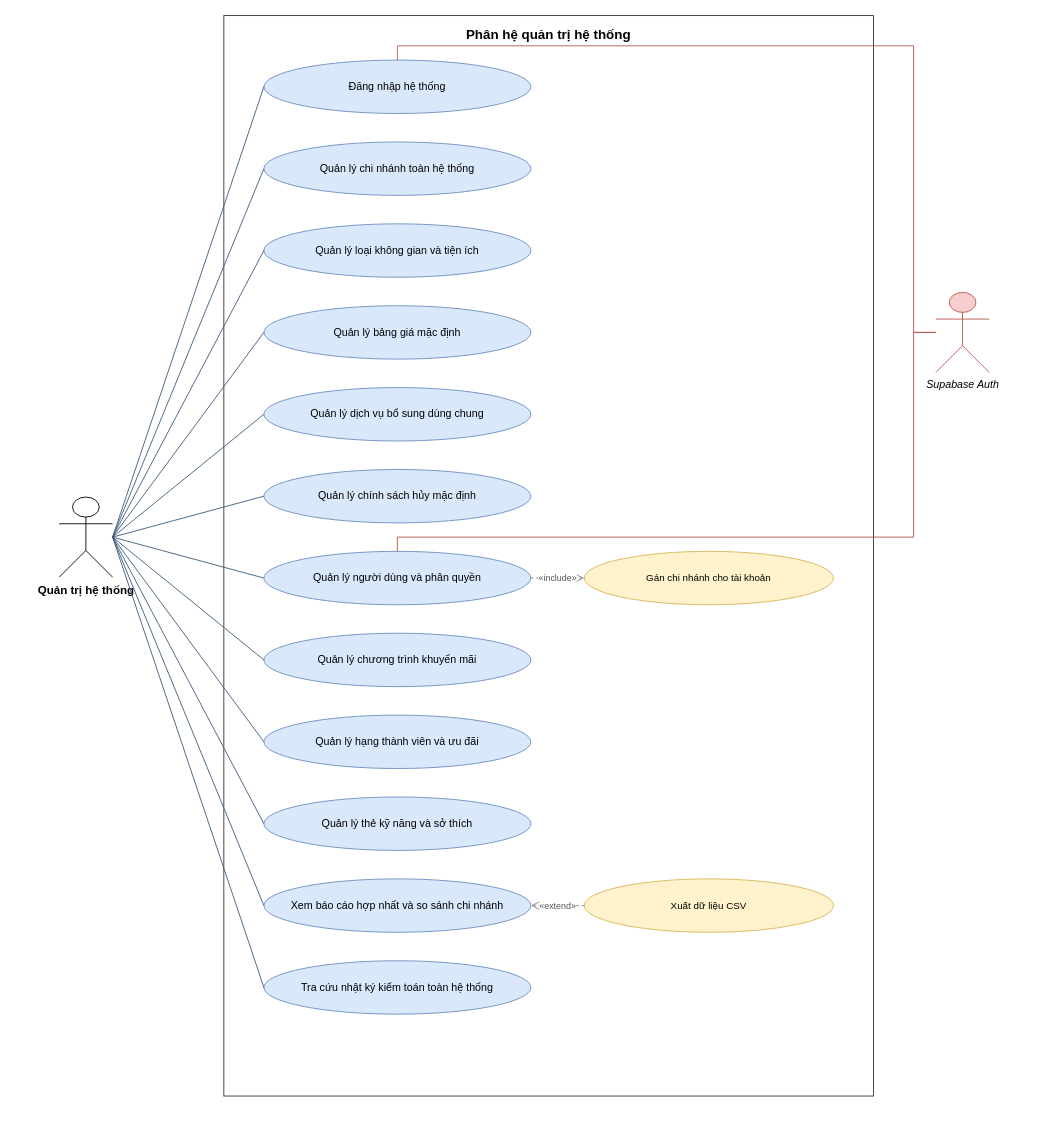
cospace-team/DATN_CoSpace keeps this draw.io diagram as page "Phân hệ quản trị hệ thống" (5 of 5) of report/Images/Chuong5/cospace-usecase.drawio. Above is the earlier version. Source tidied: cells renumbered, new cells numbered last; positions are measured from the earlier drawing's top-left corner, leaving out a move shared by most shapes. Both pictures are drawn from the tidied source at 89%, with x=0, y=0 at pixel (59, 15).
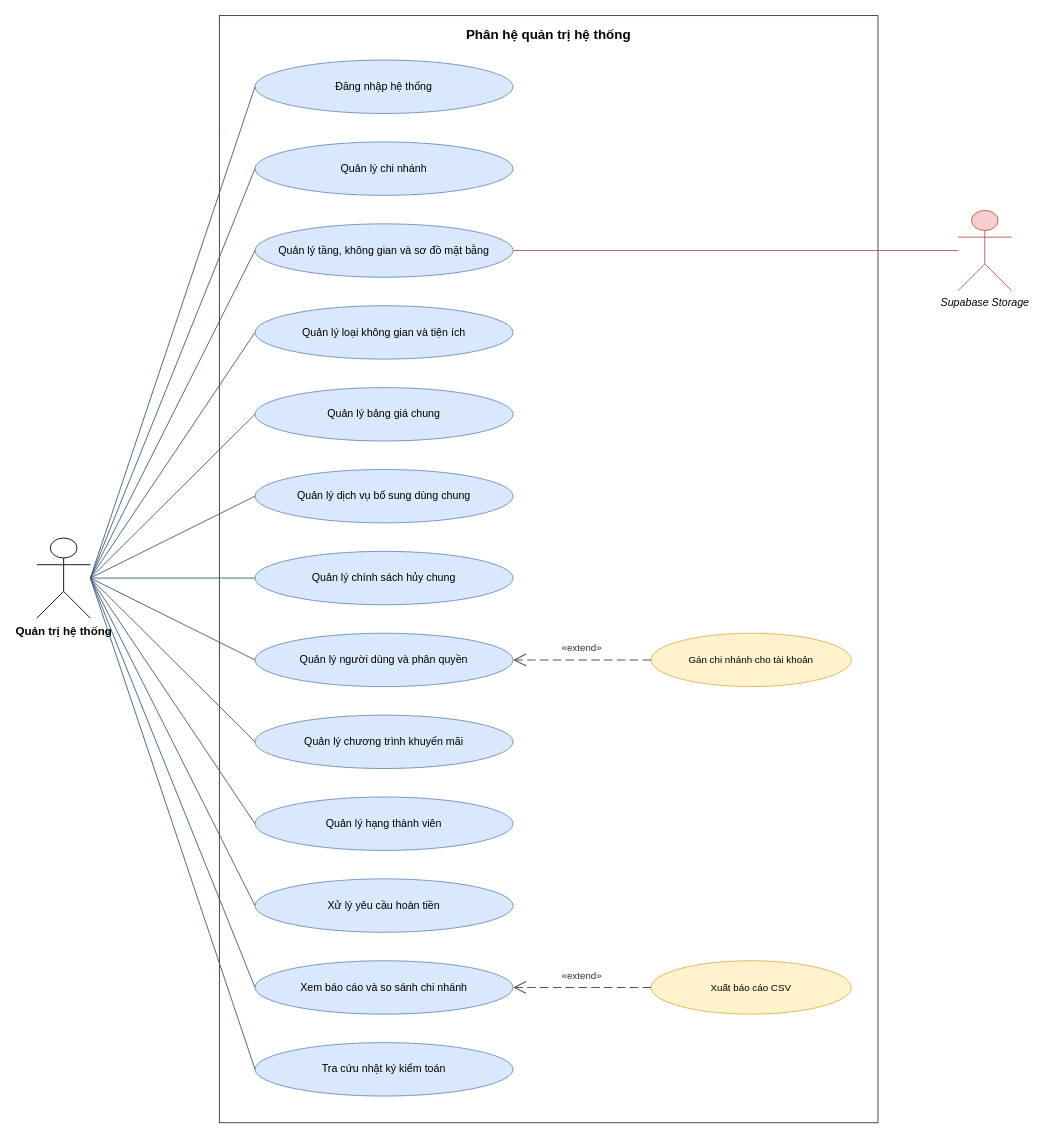
Above is the later version.

Change to the diagram source:
```diff
@@
-    <mxCell id="0" />
+    <mxCell id="35" />
-    <mxCell id="1" parent="0" />
+    <mxCell id="1" parent="35" />
     <mxCell id="2" value="Phân hệ quản trị hệ thống" style="rounded=0;whiteSpace=wrap;html=1;verticalAlign=top;fillColor=none;strokeColor=#333333;fontSize=15;fontStyle=1;spacingTop=6;" parent="1" vertex="1">
-      <mxGeometry x="185" width="730" height="1214" as="geometry" />
+      <mxGeometry x="180" width="740" height="1244" as="geometry" />
     </mxCell>
     <mxCell id="3" value="Đăng nhập hệ thống" style="ellipse;whiteSpace=wrap;html=1;fontSize=12;fillColor=#dae8fc;strokeColor=#6c8ebf;" parent="1" vertex="1">
-      <mxGeometry x="230" y="50" width="300" height="60" as="geometry" />
+      <mxGeometry x="220" y="50" width="290" height="60" as="geometry" />
     </mxCell>
-    <mxCell id="4" value="Quản lý chi nhánh toàn hệ thống" style="ellipse;whiteSpace=wrap;html=1;fontSize=12;fillColor=#dae8fc;strokeColor=#6c8ebf;" parent="1" vertex="1">
-      <mxGeometry x="230" y="142" width="300" height="60" as="geometry" />
-    </mxCell>
+    <mxCell id="36" value="Quản lý chi nhánh" style="ellipse;whiteSpace=wrap;html=1;fontSize=12;fillColor=#dae8fc;strokeColor=#6c8ebf;" parent="1" vertex="1">
+      <mxGeometry x="220" y="142" width="290" height="60" as="geometry" />
+    </mxCell>
+    <mxCell id="37" value="Quản lý tầng, không gian và sơ đồ mặt bằng" style="ellipse;whiteSpace=wrap;html=1;fontSize=12;fillColor=#dae8fc;strokeColor=#6c8ebf;" parent="1" vertex="1">
+      <mxGeometry x="220" y="234" width="290" height="60" as="geometry" />
+    </mxCell>
     <mxCell id="5" value="Quản lý loại không gian và tiện ích" style="ellipse;whiteSpace=wrap;html=1;fontSize=12;fillColor=#dae8fc;strokeColor=#6c8ebf;" parent="1" vertex="1">
-      <mxGeometry x="230" y="234" width="300" height="60" as="geometry" />
+      <mxGeometry x="220" y="326" width="290" height="60" as="geometry" />
     </mxCell>
-    <mxCell id="6" value="Quản lý bảng giá mặc định" style="ellipse;whiteSpace=wrap;html=1;fontSize=12;fillColor=#dae8fc;strokeColor=#6c8ebf;" parent="1" vertex="1">
-      <mxGeometry x="230" y="326" width="300" height="60" as="geometry" />
-    </mxCell>
+    <mxCell id="38" value="Quản lý bảng giá chung" style="ellipse;whiteSpace=wrap;html=1;fontSize=12;fillColor=#dae8fc;strokeColor=#6c8ebf;" parent="1" vertex="1">
+      <mxGeometry x="220" y="418" width="290" height="60" as="geometry" />
+    </mxCell>
     <mxCell id="7" value="Quản lý dịch vụ bổ sung dùng chung" style="ellipse;whiteSpace=wrap;html=1;fontSize=12;fillColor=#dae8fc;strokeColor=#6c8ebf;" parent="1" vertex="1">
-      <mxGeometry x="230" y="418" width="300" height="60" as="geometry" />
+      <mxGeometry x="220" y="510" width="290" height="60" as="geometry" />
     </mxCell>
-    <mxCell id="8" value="Quản lý chính sách hủy mặc định" style="ellipse;whiteSpace=wrap;html=1;fontSize=12;fillColor=#dae8fc;strokeColor=#6c8ebf;" parent="1" vertex="1">
-      <mxGeometry x="230" y="510" width="300" height="60" as="geometry" />
-    </mxCell>
+    <mxCell id="39" value="Quản lý chính sách hủy chung" style="ellipse;whiteSpace=wrap;html=1;fontSize=12;fillColor=#dae8fc;strokeColor=#6c8ebf;" parent="1" vertex="1">
+      <mxGeometry x="220" y="602" width="290" height="60" as="geometry" />
+    </mxCell>
     <mxCell id="9" value="Quản lý người dùng và phân quyền" style="ellipse;whiteSpace=wrap;html=1;fontSize=12;fillColor=#dae8fc;strokeColor=#6c8ebf;" parent="1" vertex="1">
-      <mxGeometry x="230" y="602" width="300" height="60" as="geometry" />
+      <mxGeometry x="220" y="694" width="290" height="60" as="geometry" />
     </mxCell>
-    <mxCell id="10" value="Gán chi nhánh cho tài khoản" style="ellipse;whiteSpace=wrap;html=1;fontSize=11;fillColor=#fff2cc;strokeColor=#d6b656;dashed=0;" parent="1" vertex="1">
-      <mxGeometry x="590" y="602" width="280" height="60" as="geometry" />
+    <mxCell id="10" value="Gán chi nhánh cho tài khoản" style="ellipse;whiteSpace=wrap;html=1;fontSize=11;fillColor=#fff2cc;strokeColor=#d6b656;" parent="1" vertex="1">
+      <mxGeometry x="665" y="694" width="225" height="60" as="geometry" />
     </mxCell>
-    <mxCell id="11" value="«include»" style="endArrow=open;endFill=0;endSize=8;dashed=1;html=1;rounded=0;strokeColor=#7f7f7f;fontSize=10;fontColor=#555555;exitX=1;exitY=0.5;exitDx=0;exitDy=0;entryX=0;entryY=0.5;entryDx=0;entryDy=0;" parent="1" edge="1" source="9" target="10">
-      <mxGeometry relative="1" as="geometry" />
-    </mxCell>
     <mxCell id="12" value="Quản lý chương trình khuyến mãi" style="ellipse;whiteSpace=wrap;html=1;fontSize=12;fillColor=#dae8fc;strokeColor=#6c8ebf;" parent="1" vertex="1">
-      <mxGeometry x="230" y="694" width="300" height="60" as="geometry" />
+      <mxGeometry x="220" y="786" width="290" height="60" as="geometry" />
     </mxCell>
-    <mxCell id="13" value="Quản lý hạng thành viên và ưu đãi" style="ellipse;whiteSpace=wrap;html=1;fontSize=12;fillColor=#dae8fc;strokeColor=#6c8ebf;" parent="1" vertex="1">
-      <mxGeometry x="230" y="786" width="300" height="60" as="geometry" />
-    </mxCell>
-    <mxCell id="14" value="Quản lý thẻ kỹ năng và sở thích" style="ellipse;whiteSpace=wrap;html=1;fontSize=12;fillColor=#dae8fc;strokeColor=#6c8ebf;" parent="1" vertex="1">
-      <mxGeometry x="230" y="878" width="300" height="60" as="geometry" />
-    </mxCell>
-    <mxCell id="15" value="Xem báo cáo hợp nhất và so sánh chi nhánh" style="ellipse;whiteSpace=wrap;html=1;fontSize=12;fillColor=#dae8fc;strokeColor=#6c8ebf;" parent="1" vertex="1">
-      <mxGeometry x="230" y="970" width="300" height="60" as="geometry" />
-    </mxCell>
-    <mxCell id="16" value="Xuất dữ liệu CSV" style="ellipse;whiteSpace=wrap;html=1;fontSize=11;fillColor=#fff2cc;strokeColor=#d6b656;dashed=0;" parent="1" vertex="1">
-      <mxGeometry x="590" y="970" width="280" height="60" as="geometry" />
-    </mxCell>
-    <mxCell id="17" value="«extend»" style="endArrow=open;endFill=0;endSize=8;dashed=1;html=1;rounded=0;strokeColor=#7f7f7f;fontSize=10;fontColor=#555555;exitX=0;exitY=0.5;exitDx=0;exitDy=0;entryX=1;entryY=0.5;entryDx=0;entryDy=0;" parent="1" edge="1" source="16" target="15">
-      <mxGeometry relative="1" as="geometry" />
-    </mxCell>
-    <mxCell id="18" value="Tra cứu nhật ký kiểm toán toàn hệ thống" style="ellipse;whiteSpace=wrap;html=1;fontSize=12;fillColor=#dae8fc;strokeColor=#6c8ebf;" parent="1" vertex="1">
-      <mxGeometry x="230" y="1062" width="300" height="60" as="geometry" />
-    </mxCell>
+    <mxCell id="40" value="Quản lý hạng thành viên" style="ellipse;whiteSpace=wrap;html=1;fontSize=12;fillColor=#dae8fc;strokeColor=#6c8ebf;" parent="1" vertex="1">
+      <mxGeometry x="220" y="878" width="290" height="60" as="geometry" />
+    </mxCell>
+    <mxCell id="41" value="Xử lý yêu cầu hoàn tiền" style="ellipse;whiteSpace=wrap;html=1;fontSize=12;fillColor=#dae8fc;strokeColor=#6c8ebf;" parent="1" vertex="1">
+      <mxGeometry x="220" y="970" width="290" height="60" as="geometry" />
+    </mxCell>
+    <mxCell id="42" value="Xem báo cáo và so sánh chi nhánh" style="ellipse;whiteSpace=wrap;html=1;fontSize=12;fillColor=#dae8fc;strokeColor=#6c8ebf;" parent="1" vertex="1">
+      <mxGeometry x="220" y="1062" width="290" height="60" as="geometry" />
+    </mxCell>
+    <mxCell id="43" value="Xuất báo cáo CSV" style="ellipse;whiteSpace=wrap;html=1;fontSize=11;fillColor=#fff2cc;strokeColor=#d6b656;" parent="1" vertex="1">
+      <mxGeometry x="665" y="1062" width="225" height="60" as="geometry" />
+    </mxCell>
+    <mxCell id="44" value="Tra cứu nhật ký kiểm toán" style="ellipse;whiteSpace=wrap;html=1;fontSize=12;fillColor=#dae8fc;strokeColor=#6c8ebf;" parent="1" vertex="1">
+      <mxGeometry x="220" y="1154" width="290" height="60" as="geometry" />
+    </mxCell>
     <mxCell id="19" value="Quản trị hệ thống" style="shape=umlActor;verticalLabelPosition=bottom;verticalAlign=top;html=1;outlineConnect=0;fontSize=13;fontStyle=1;" parent="1" vertex="1">
-      <mxGeometry y="541" width="60" height="90" as="geometry" />
+      <mxGeometry x="-25" y="587" width="60" height="90" as="geometry" />
     </mxCell>
-    <mxCell id="20" style="endArrow=none;html=1;rounded=0;strokeColor=#3b5b7a;exitX=1;exitY=0.5;exitDx=0;exitDy=0;entryX=0;entryY=0.5;entryDx=0;entryDy=0;" parent="1" edge="1" source="19" target="3">
+    <mxCell id="20" style="endArrow=none;html=1;rounded=0;strokeColor=#3b5b7a;exitX=1;exitY=0.5;exitDx=0;exitDy=0;exitPerimeter=0;entryX=0;entryY=0.5;entryDx=0;entryDy=0;" parent="1" edge="1" source="19" target="3">
       <mxGeometry relative="1" as="geometry" />
     </mxCell>
-    <mxCell id="21" style="endArrow=none;html=1;rounded=0;strokeColor=#3b5b7a;exitX=1;exitY=0.5;exitDx=0;exitDy=0;entryX=0;entryY=0.5;entryDx=0;entryDy=0;" parent="1" edge="1" source="19" target="4">
-      <mxGeometry relative="1" as="geometry" />
-    </mxCell>
+    <mxCell id="45" style="endArrow=none;html=1;rounded=0;strokeColor=#3b5b7a;exitX=1;exitY=0.5;exitDx=0;exitDy=0;exitPerimeter=0;entryX=0;entryY=0.5;entryDx=0;entryDy=0;" parent="1" edge="1" source="19" target="36">
+      <mxGeometry relative="1" as="geometry" />
+    </mxCell>
+    <mxCell id="46" style="endArrow=none;html=1;rounded=0;strokeColor=#3b5b7a;exitX=1;exitY=0.5;exitDx=0;exitDy=0;exitPerimeter=0;entryX=0;entryY=0.5;entryDx=0;entryDy=0;" parent="1" edge="1" source="19" target="37">
+      <mxGeometry relative="1" as="geometry" />
+    </mxCell>
-    <mxCell id="22" style="endArrow=none;html=1;rounded=0;strokeColor=#3b5b7a;exitX=1;exitY=0.5;exitDx=0;exitDy=0;entryX=0;entryY=0.5;entryDx=0;entryDy=0;" parent="1" edge="1" source="19" target="5">
+    <mxCell id="22" style="endArrow=none;html=1;rounded=0;strokeColor=#3b5b7a;exitX=1;exitY=0.5;exitDx=0;exitDy=0;exitPerimeter=0;entryX=0;entryY=0.5;entryDx=0;entryDy=0;" parent="1" edge="1" source="19" target="5">
       <mxGeometry relative="1" as="geometry" />
     </mxCell>
-    <mxCell id="23" style="endArrow=none;html=1;rounded=0;strokeColor=#3b5b7a;exitX=1;exitY=0.5;exitDx=0;exitDy=0;entryX=0;entryY=0.5;entryDx=0;entryDy=0;" parent="1" edge="1" source="19" target="6">
-      <mxGeometry relative="1" as="geometry" />
-    </mxCell>
+    <mxCell id="47" style="endArrow=none;html=1;rounded=0;strokeColor=#3b5b7a;exitX=1;exitY=0.5;exitDx=0;exitDy=0;exitPerimeter=0;entryX=0;entryY=0.5;entryDx=0;entryDy=0;" parent="1" edge="1" source="19" target="38">
+      <mxGeometry relative="1" as="geometry" />
+    </mxCell>
-    <mxCell id="24" style="endArrow=none;html=1;rounded=0;strokeColor=#3b5b7a;exitX=1;exitY=0.5;exitDx=0;exitDy=0;entryX=0;entryY=0.5;entryDx=0;entryDy=0;" parent="1" edge="1" source="19" target="7">
+    <mxCell id="24" style="endArrow=none;html=1;rounded=0;strokeColor=#3b5b7a;exitX=1;exitY=0.5;exitDx=0;exitDy=0;exitPerimeter=0;entryX=0;entryY=0.5;entryDx=0;entryDy=0;" parent="1" edge="1" source="19" target="7">
       <mxGeometry relative="1" as="geometry" />
     </mxCell>
-    <mxCell id="25" style="endArrow=none;html=1;rounded=0;strokeColor=#3b5b7a;exitX=1;exitY=0.5;exitDx=0;exitDy=0;entryX=0;entryY=0.5;entryDx=0;entryDy=0;" parent="1" edge="1" source="19" target="8">
-      <mxGeometry relative="1" as="geometry" />
-    </mxCell>
+    <mxCell id="48" style="endArrow=none;html=1;rounded=0;strokeColor=#3b5b7a;exitX=1;exitY=0.5;exitDx=0;exitDy=0;exitPerimeter=0;entryX=0;entryY=0.5;entryDx=0;entryDy=0;" parent="1" edge="1" source="19" target="39">
+      <mxGeometry relative="1" as="geometry" />
+    </mxCell>
-    <mxCell id="26" style="endArrow=none;html=1;rounded=0;strokeColor=#3b5b7a;exitX=1;exitY=0.5;exitDx=0;exitDy=0;entryX=0;entryY=0.5;entryDx=0;entryDy=0;" parent="1" edge="1" source="19" target="9">
+    <mxCell id="26" style="endArrow=none;html=1;rounded=0;strokeColor=#3b5b7a;exitX=1;exitY=0.5;exitDx=0;exitDy=0;exitPerimeter=0;entryX=0;entryY=0.5;entryDx=0;entryDy=0;" parent="1" edge="1" source="19" target="9">
       <mxGeometry relative="1" as="geometry" />
     </mxCell>
-    <mxCell id="27" style="endArrow=none;html=1;rounded=0;strokeColor=#3b5b7a;exitX=1;exitY=0.5;exitDx=0;exitDy=0;entryX=0;entryY=0.5;entryDx=0;entryDy=0;" parent="1" edge="1" source="19" target="12">
+    <mxCell id="27" style="endArrow=none;html=1;rounded=0;strokeColor=#3b5b7a;exitX=1;exitY=0.5;exitDx=0;exitDy=0;exitPerimeter=0;entryX=0;entryY=0.5;entryDx=0;entryDy=0;" parent="1" edge="1" source="19" target="12">
       <mxGeometry relative="1" as="geometry" />
     </mxCell>
-    <mxCell id="28" style="endArrow=none;html=1;rounded=0;strokeColor=#3b5b7a;exitX=1;exitY=0.5;exitDx=0;exitDy=0;entryX=0;entryY=0.5;entryDx=0;entryDy=0;" parent="1" edge="1" source="19" target="13">
-      <mxGeometry relative="1" as="geometry" />
-    </mxCell>
-    <mxCell id="29" style="endArrow=none;html=1;rounded=0;strokeColor=#3b5b7a;exitX=1;exitY=0.5;exitDx=0;exitDy=0;entryX=0;entryY=0.5;entryDx=0;entryDy=0;" parent="1" edge="1" source="19" target="14">
-      <mxGeometry relative="1" as="geometry" />
-    </mxCell>
-    <mxCell id="30" style="endArrow=none;html=1;rounded=0;strokeColor=#3b5b7a;exitX=1;exitY=0.5;exitDx=0;exitDy=0;entryX=0;entryY=0.5;entryDx=0;entryDy=0;" parent="1" edge="1" source="19" target="15">
-      <mxGeometry relative="1" as="geometry" />
-    </mxCell>
-    <mxCell id="31" style="endArrow=none;html=1;rounded=0;strokeColor=#3b5b7a;exitX=1;exitY=0.5;exitDx=0;exitDy=0;entryX=0;entryY=0.5;entryDx=0;entryDy=0;" parent="1" edge="1" source="19" target="18">
-      <mxGeometry relative="1" as="geometry" />
-    </mxCell>
-    <mxCell id="32" value="Supabase Auth" style="shape=umlActor;verticalLabelPosition=bottom;verticalAlign=top;html=1;outlineConnect=0;fontSize=12;fontStyle=2;strokeColor=#b85450;fillColor=#f8cecc;" parent="1" vertex="1">
-      <mxGeometry x="985" y="311" width="60" height="90" as="geometry" />
-    </mxCell>
-    <mxCell id="33" style="edgeStyle=orthogonalEdgeStyle;endArrow=none;html=1;rounded=0;strokeColor=#b85450;exitX=0;exitY=0.5;exitDx=0;exitDy=0;entryX=0.5;entryY=0;entryDx=0;entryDy=0;" parent="1" edge="1" source="32" target="3">
-      <mxGeometry relative="1" as="geometry">
-        <Array as="points">
-          <mxPoint x="960" y="34" />
-          <mxPoint x="380" y="34" />
-        </Array>
-      </mxGeometry>
-    </mxCell>
-    <mxCell id="34" style="edgeStyle=orthogonalEdgeStyle;endArrow=none;html=1;rounded=0;strokeColor=#b85450;exitX=0;exitY=0.5;exitDx=0;exitDy=0;entryX=0.5;entryY=0;entryDx=0;entryDy=0;" parent="1" edge="1" source="32" target="9">
-      <mxGeometry relative="1" as="geometry">
-        <Array as="points">
-          <mxPoint x="960" y="586" />
-          <mxPoint x="380" y="586" />
-        </Array>
-      </mxGeometry>
-    </mxCell>
+    <mxCell id="49" style="endArrow=none;html=1;rounded=0;strokeColor=#3b5b7a;exitX=1;exitY=0.5;exitDx=0;exitDy=0;exitPerimeter=0;entryX=0;entryY=0.5;entryDx=0;entryDy=0;" parent="1" edge="1" source="19" target="40">
+      <mxGeometry relative="1" as="geometry" />
+    </mxCell>
+    <mxCell id="50" style="endArrow=none;html=1;rounded=0;strokeColor=#3b5b7a;exitX=1;exitY=0.5;exitDx=0;exitDy=0;exitPerimeter=0;entryX=0;entryY=0.5;entryDx=0;entryDy=0;" parent="1" edge="1" source="19" target="41">
+      <mxGeometry relative="1" as="geometry" />
+    </mxCell>
+    <mxCell id="51" style="endArrow=none;html=1;rounded=0;strokeColor=#3b5b7a;exitX=1;exitY=0.5;exitDx=0;exitDy=0;exitPerimeter=0;entryX=0;entryY=0.5;entryDx=0;entryDy=0;" parent="1" edge="1" source="19" target="42">
+      <mxGeometry relative="1" as="geometry" />
+    </mxCell>
+    <mxCell id="52" style="endArrow=none;html=1;rounded=0;strokeColor=#3b5b7a;exitX=1;exitY=0.5;exitDx=0;exitDy=0;exitPerimeter=0;entryX=0;entryY=0.5;entryDx=0;entryDy=0;" parent="1" edge="1" source="19" target="44">
+      <mxGeometry relative="1" as="geometry" />
+    </mxCell>
+    <mxCell id="53" value="Supabase Storage" style="shape=umlActor;verticalLabelPosition=bottom;verticalAlign=top;html=1;outlineConnect=0;fontSize=12;fontStyle=2;strokeColor=#b85450;fillColor=#f8cecc;" parent="1" vertex="1">
+      <mxGeometry x="1010" y="219" width="60" height="90" as="geometry" />
+    </mxCell>
+    <mxCell id="54" style="endArrow=none;html=1;rounded=0;strokeColor=#b85450;exitX=0;exitY=0.5;exitDx=0;exitDy=0;exitPerimeter=0;entryX=1;entryY=0.5;entryDx=0;entryDy=0;" parent="1" edge="1" source="53" target="37">
+      <mxGeometry relative="1" as="geometry" />
+    </mxCell>
+    <mxCell id="55" value="«extend»" style="endArrow=open;endFill=0;endSize=12;dashed=1;dashPattern=8 4;html=1;rounded=0;strokeColor=#555555;strokeWidth=1.2;fontSize=11;fontColor=#333333;labelBackgroundColor=#ffffff;exitX=0;exitY=0.5;exitDx=0;exitDy=0;entryX=1;entryY=0.5;entryDx=0;entryDy=0;" parent="1" edge="1" source="10" target="9">
+      <mxGeometry relative="1" as="geometry">
+        <mxPoint y="-13" as="offset" />
+      </mxGeometry>
+    </mxCell>
+    <mxCell id="56" value="«extend»" style="endArrow=open;endFill=0;endSize=12;dashed=1;dashPattern=8 4;html=1;rounded=0;strokeColor=#555555;strokeWidth=1.2;fontSize=11;fontColor=#333333;labelBackgroundColor=#ffffff;exitX=0;exitY=0.5;exitDx=0;exitDy=0;entryX=1;entryY=0.5;entryDx=0;entryDy=0;" parent="1" edge="1" source="43" target="42">
+      <mxGeometry relative="1" as="geometry">
+        <mxPoint y="-13" as="offset" />
+      </mxGeometry>
+    </mxCell>
```
